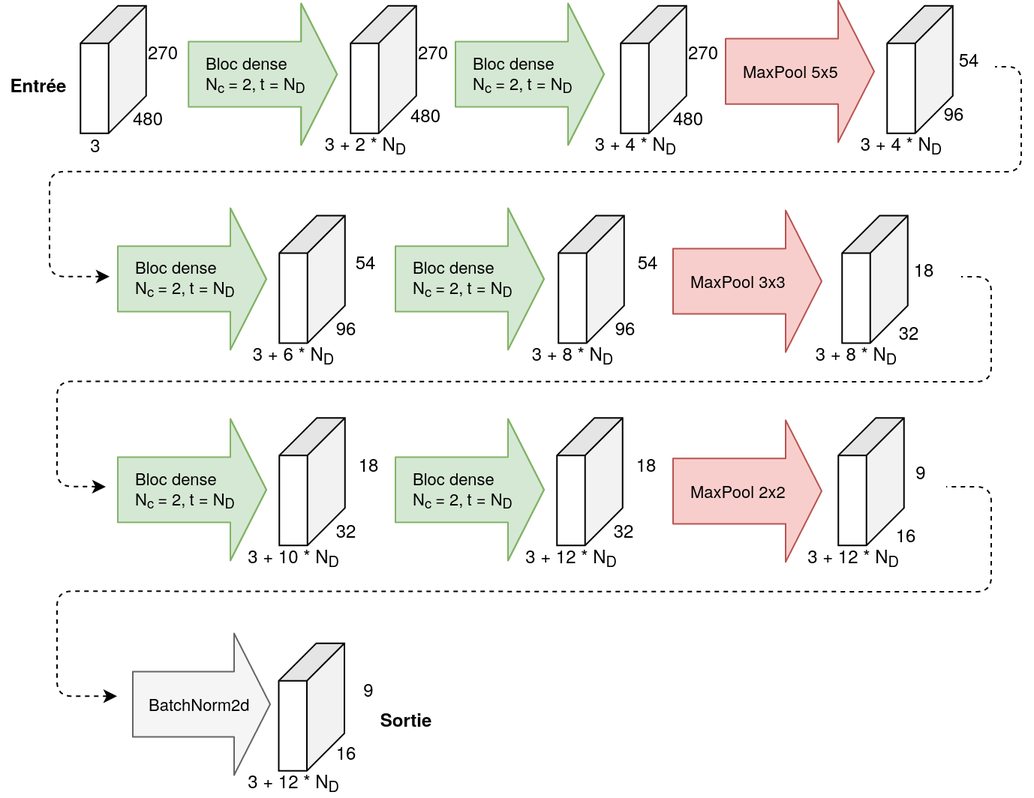
This is rapport/images/Architecture_SmallCnnWithAutoencoderDenseBlocks.png from mamaheux/CuriousNetwork, a draw.io export, as it was before one commit. Source tidied: cells renumbered, new cells last; positions are measured from the earlier drawing's top-left corner, leaving out a move shared by most shapes.
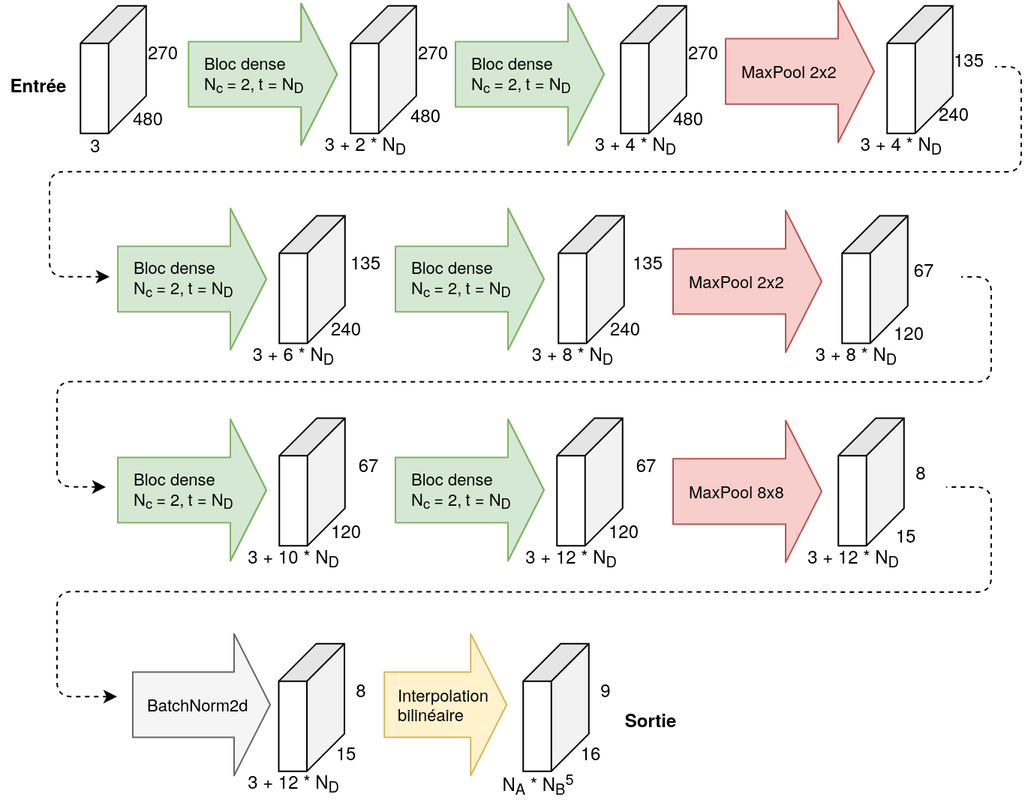
After the commit.

Commit message:
Ajout de la description du CNN dense bloc et mise à jour de son architecture.

Change to the diagram source:
```diff
@@ -50,7 +50,7 @@
     <mxCell id="14" value="270" style="text;html=1;align=center;verticalAlign=middle;" parent="1" vertex="1">
       <mxGeometry x="447.5" width="40" height="20" as="geometry" />
     </mxCell>
-    <mxCell id="15" value="MaxPool 5x5" style="shape=flexArrow;endArrow=classic;html=1;width=43.61111111111111;endSize=7.666666666666667;endWidth=49.83024691358025;labelPosition=left;verticalLabelPosition=middle;align=left;verticalAlign=middle;fillColor=#f8cecc;strokeColor=#b85450;labelBackgroundColor=none;" parent="1" edge="1">
+    <mxCell id="15" value="MaxPool 2x2" style="shape=flexArrow;endArrow=classic;html=1;width=43.61111111111111;endSize=7.666666666666667;endWidth=49.83024691358025;labelPosition=left;verticalLabelPosition=middle;align=left;verticalAlign=middle;fillColor=#f8cecc;strokeColor=#b85450;labelBackgroundColor=none;" parent="1" edge="1">
       <mxGeometry x="-0.8" relative="1" as="geometry">
         <mxPoint x="482.5" y="23.1" as="sourcePoint" />
         <mxPoint x="582.5" y="23.1" as="targetPoint" />
@@ -62,11 +62,11 @@
     <mxCell id="17" value="3 + 4 * N&lt;sub&gt;D&lt;/sub&gt;" style="text;html=1;align=center;verticalAlign=middle;" parent="1" vertex="1">
       <mxGeometry x="565" y="61.9" width="70" height="20" as="geometry" />
     </mxCell>
-    <mxCell id="18" value="96" style="text;html=1;align=center;verticalAlign=middle;" parent="1" vertex="1">
-      <mxGeometry x="620" y="40.6" width="30" height="20" as="geometry" />
+    <mxCell id="18" value="240" style="text;html=1;align=center;verticalAlign=middle;" parent="1" vertex="1">
+      <mxGeometry x="615" y="40.6" width="40" height="20" as="geometry" />
     </mxCell>
-    <mxCell id="19" value="54" style="text;html=1;align=center;verticalAlign=middle;" parent="1" vertex="1">
-      <mxGeometry x="630" y="5" width="30" height="20" as="geometry" />
+    <mxCell id="19" value="135" style="text;html=1;align=center;verticalAlign=middle;" parent="1" vertex="1">
+      <mxGeometry x="625" y="5" width="40" height="20" as="geometry" />
     </mxCell>
     <mxCell id="20" style="shape=cube;whiteSpace=wrap;html=1;boundedLbl=1;backgroundOutline=1;darkOpacity=0.05;darkOpacity2=0.1;size=25;rotation=90;" parent="1" vertex="1">
       <mxGeometry x="165" y="139.9" width="85" height="43.8" as="geometry" />
@@ -74,8 +74,8 @@
     <mxCell id="21" value="3 + 6 * N&lt;sub&gt;D&lt;/sub&gt;" style="text;html=1;align=center;verticalAlign=middle;" parent="1" vertex="1">
       <mxGeometry x="160" y="201.8" width="70" height="20" as="geometry" />
     </mxCell>
-    <mxCell id="22" value="96" style="text;html=1;align=center;verticalAlign=middle;" parent="1" vertex="1">
-      <mxGeometry x="215" y="183.6" width="30" height="20" as="geometry" />
+    <mxCell id="22" value="240" style="text;html=1;align=center;verticalAlign=middle;" parent="1" vertex="1">
+      <mxGeometry x="210" y="183.6" width="40" height="20" as="geometry" />
     </mxCell>
     <mxCell id="23" style="shape=cube;whiteSpace=wrap;html=1;boundedLbl=1;backgroundOutline=1;darkOpacity=0.05;darkOpacity2=0.1;size=25;rotation=90;" parent="1" vertex="1">
       <mxGeometry x="351" y="139.9" width="85" height="43.8" as="geometry" />
@@ -83,16 +83,16 @@
     <mxCell id="24" value="3 + 8 * N&lt;sub&gt;D&lt;/sub&gt;" style="text;html=1;align=center;verticalAlign=middle;" parent="1" vertex="1">
       <mxGeometry x="346" y="201.8" width="70" height="20" as="geometry" />
     </mxCell>
-    <mxCell id="25" value="96" style="text;html=1;align=center;verticalAlign=middle;" parent="1" vertex="1">
-      <mxGeometry x="401" y="183.6" width="30" height="20" as="geometry" />
+    <mxCell id="25" value="240" style="text;html=1;align=center;verticalAlign=middle;" parent="1" vertex="1">
+      <mxGeometry x="396" y="183.6" width="40" height="20" as="geometry" />
     </mxCell>
-    <mxCell id="26" value="54" style="text;html=1;align=center;verticalAlign=middle;" parent="1" vertex="1">
-      <mxGeometry x="227.5" y="139.9" width="30" height="20" as="geometry" />
+    <mxCell id="26" value="135" style="text;html=1;align=center;verticalAlign=middle;" parent="1" vertex="1">
+      <mxGeometry x="222.5" y="139.9" width="40" height="20" as="geometry" />
     </mxCell>
-    <mxCell id="27" value="54" style="text;html=1;align=center;verticalAlign=middle;" parent="1" vertex="1">
-      <mxGeometry x="416" y="139.9" width="30" height="20" as="geometry" />
+    <mxCell id="27" value="135" style="text;html=1;align=center;verticalAlign=middle;" parent="1" vertex="1">
+      <mxGeometry x="411" y="139.9" width="40" height="20" as="geometry" />
     </mxCell>
-    <mxCell id="28" value="MaxPool 3x3" style="shape=flexArrow;endArrow=classic;html=1;width=43.61111111111111;endSize=7.666666666666667;endWidth=49.83024691358025;labelPosition=left;verticalLabelPosition=middle;align=left;verticalAlign=middle;fillColor=#f8cecc;strokeColor=#b85450;labelBackgroundColor=none;" parent="1" edge="1">
+    <mxCell id="28" value="MaxPool 2x2" style="shape=flexArrow;endArrow=classic;html=1;width=43.61111111111111;endSize=7.666666666666667;endWidth=49.83024691358025;labelPosition=left;verticalLabelPosition=middle;align=left;verticalAlign=middle;fillColor=#f8cecc;strokeColor=#b85450;labelBackgroundColor=none;" parent="1" edge="1">
       <mxGeometry x="-0.8" relative="1" as="geometry">
         <mxPoint x="447.5" y="163" as="sourcePoint" />
         <mxPoint x="547.5" y="163" as="targetPoint" />
@@ -104,11 +104,11 @@
     <mxCell id="30" value="3 + 8 * N&lt;sub&gt;D&lt;/sub&gt;" style="text;html=1;align=center;verticalAlign=middle;" parent="1" vertex="1">
       <mxGeometry x="535" y="201.8" width="70" height="20" as="geometry" />
     </mxCell>
-    <mxCell id="31" value="18" style="text;html=1;align=center;verticalAlign=middle;" parent="1" vertex="1">
+    <mxCell id="31" value="67" style="text;html=1;align=center;verticalAlign=middle;" parent="1" vertex="1">
       <mxGeometry x="600" y="144.9" width="30" height="20" as="geometry" />
     </mxCell>
-    <mxCell id="32" value="32" style="text;html=1;align=center;verticalAlign=middle;" parent="1" vertex="1">
-      <mxGeometry x="590" y="186.8" width="30" height="20" as="geometry" />
+    <mxCell id="32" value="120" style="text;html=1;align=center;verticalAlign=middle;" parent="1" vertex="1">
+      <mxGeometry x="585" y="186.8" width="40" height="20" as="geometry" />
     </mxCell>
     <mxCell id="33" style="endArrow=none;dashed=1;html=1;align=center;endFill=0;startArrow=classic;startFill=1;" parent="1" edge="1">
       <mxGeometry relative="1" as="geometry">
@@ -128,13 +128,13 @@
     <mxCell id="35" value="3 + 10 * N&lt;sub&gt;D&lt;/sub&gt;" style="text;html=1;align=center;verticalAlign=middle;" parent="1" vertex="1">
       <mxGeometry x="155" y="336.6" width="80" height="20" as="geometry" />
     </mxCell>
-    <mxCell id="36" value="32" style="text;html=1;align=center;verticalAlign=middle;" parent="1" vertex="1">
-      <mxGeometry x="215" y="318.5" width="30" height="20" as="geometry" />
+    <mxCell id="36" value="120" style="text;html=1;align=center;verticalAlign=middle;" parent="1" vertex="1">
+      <mxGeometry x="210" y="318.5" width="40" height="20" as="geometry" />
     </mxCell>
-    <mxCell id="37" value="18" style="text;html=1;align=center;verticalAlign=middle;" parent="1" vertex="1">
+    <mxCell id="37" value="67" style="text;html=1;align=center;verticalAlign=middle;" parent="1" vertex="1">
       <mxGeometry x="230" y="274.8" width="30" height="20" as="geometry" />
     </mxCell>
-    <mxCell id="38" value="MaxPool 2x2" style="shape=flexArrow;endArrow=classic;html=1;width=43.61111111111111;endSize=7.666666666666667;endWidth=49.83024691358025;labelPosition=left;verticalLabelPosition=middle;align=left;verticalAlign=middle;fillColor=#f8cecc;strokeColor=#b85450;labelBackgroundColor=none;" parent="1" edge="1">
+    <mxCell id="38" value="MaxPool 8x8" style="shape=flexArrow;endArrow=classic;html=1;width=43.61111111111111;endSize=7.666666666666667;endWidth=49.83024691358025;labelPosition=left;verticalLabelPosition=middle;align=left;verticalAlign=middle;fillColor=#f8cecc;strokeColor=#b85450;labelBackgroundColor=none;" parent="1" edge="1">
       <mxGeometry x="-0.8" relative="1" as="geometry">
         <mxPoint x="447.5" y="302.9" as="sourcePoint" />
         <mxPoint x="547.5" y="302.9" as="targetPoint" />
@@ -146,10 +146,10 @@
     <mxCell id="40" value="3 + 12 * N&lt;sub&gt;D&lt;/sub&gt;" style="text;html=1;align=center;verticalAlign=middle;" parent="1" vertex="1">
       <mxGeometry x="527.5" y="336.6" width="80" height="20" as="geometry" />
     </mxCell>
-    <mxCell id="41" value="9" style="text;html=1;align=center;verticalAlign=middle;" parent="1" vertex="1">
+    <mxCell id="41" value="8" style="text;html=1;align=center;verticalAlign=middle;" parent="1" vertex="1">
       <mxGeometry x="602.5" y="279.8" width="20" height="20" as="geometry" />
     </mxCell>
-    <mxCell id="42" value="16" style="text;html=1;align=center;verticalAlign=middle;" parent="1" vertex="1">
+    <mxCell id="42" value="15" style="text;html=1;align=center;verticalAlign=middle;" parent="1" vertex="1">
       <mxGeometry x="587.5" y="321.6" width="30" height="20" as="geometry" />
     </mxCell>
     <mxCell id="43" style="endArrow=none;dashed=1;html=1;align=center;endFill=0;startArrow=classic;startFill=1;" parent="1" edge="1">
@@ -176,10 +176,10 @@
         <mxPoint x="180" y="445" as="targetPoint" />
       </mxGeometry>
     </mxCell>
-    <mxCell id="47" value="9" style="text;html=1;align=center;verticalAlign=middle;" parent="1" vertex="1">
-      <mxGeometry x="235.1" y="425" width="20" height="20" as="geometry" />
+    <mxCell id="47" value="8" style="text;html=1;align=center;verticalAlign=middle;" parent="1" vertex="1">
+      <mxGeometry x="230" y="425" width="20" height="20" as="geometry" />
     </mxCell>
-    <mxCell id="48" value="16" style="text;html=1;align=center;verticalAlign=middle;" parent="1" vertex="1">
+    <mxCell id="48" value="15" style="text;html=1;align=center;verticalAlign=middle;" parent="1" vertex="1">
       <mxGeometry x="214.6" y="466.9" width="30" height="20" as="geometry" />
     </mxCell>
     <mxCell id="49" value="&lt;div&gt;Bloc dense&lt;br&gt;&lt;/div&gt;&lt;div&gt;N&lt;sub&gt;c &lt;/sub&gt;= 2,&lt;sub&gt; &lt;/sub&gt;t = N&lt;sub&gt;D&lt;/sub&gt; &lt;br&gt;&lt;/div&gt;" style="shape=flexArrow;endArrow=classic;html=1;width=43.61111111111111;endSize=7.666666666666667;endWidth=49.83024691358025;labelPosition=left;verticalLabelPosition=middle;align=left;verticalAlign=middle;fillColor=#d5e8d4;strokeColor=#82b366;labelBackgroundColor=none;" parent="1" edge="1">
@@ -233,10 +233,10 @@
     <mxCell id="55" value="3 + 12 * N&lt;sub&gt;D&lt;/sub&gt;" style="text;html=1;align=center;verticalAlign=middle;" parent="1" vertex="1">
       <mxGeometry x="340" y="336.6" width="80" height="20" as="geometry" />
     </mxCell>
-    <mxCell id="56" value="32" style="text;html=1;align=center;verticalAlign=middle;" parent="1" vertex="1">
-      <mxGeometry x="400" y="318.5" width="30" height="20" as="geometry" />
+    <mxCell id="56" value="120" style="text;html=1;align=center;verticalAlign=middle;" parent="1" vertex="1">
+      <mxGeometry x="395" y="318.5" width="40" height="20" as="geometry" />
     </mxCell>
-    <mxCell id="57" value="18" style="text;html=1;align=center;verticalAlign=middle;" parent="1" vertex="1">
+    <mxCell id="57" value="67" style="text;html=1;align=center;verticalAlign=middle;" parent="1" vertex="1">
       <mxGeometry x="415" y="274.8" width="30" height="20" as="geometry" />
     </mxCell>
     <mxCell id="58" value="&lt;div&gt;Bloc dense&lt;br&gt;&lt;/div&gt;&lt;div&gt;N&lt;sub&gt;c &lt;/sub&gt;= 2,&lt;sub&gt; &lt;/sub&gt;t = N&lt;sub&gt;D&lt;/sub&gt; &lt;br&gt;&lt;/div&gt;" style="shape=flexArrow;endArrow=classic;html=1;width=43.61111111111111;endSize=7.666666666666667;endWidth=49.83024691358025;labelPosition=left;verticalLabelPosition=middle;align=left;verticalAlign=middle;fillColor=#d5e8d4;strokeColor=#82b366;labelBackgroundColor=none;" parent="1" edge="1">
@@ -251,8 +251,26 @@
     <mxCell id="59" value="&lt;b&gt;Entrée&lt;/b&gt;" style="text;html=1;align=center;verticalAlign=middle;" parent="1" vertex="1">
       <mxGeometry y="21.9" width="50" height="20" as="geometry" />
     </mxCell>
+    <mxCell id="61" style="shape=cube;whiteSpace=wrap;html=1;boundedLbl=1;backgroundOutline=1;darkOpacity=0.05;darkOpacity2=0.1;size=25;rotation=90;" parent="1" vertex="1">
+      <mxGeometry x="327.5" y="425" width="85" height="43.8" as="geometry" />
+    </mxCell>
+    <mxCell id="62" value="N&lt;sub&gt;A&lt;/sub&gt; * N&lt;sub&gt;B&lt;/sub&gt;&lt;sup&gt;5&lt;/sup&gt;" style="text;html=1;align=center;verticalAlign=middle;" parent="1" vertex="1">
+      <mxGeometry x="327.5" y="481.9" width="60" height="30" as="geometry" />
+    </mxCell>
+    <mxCell id="63" value="Interpolation&lt;br&gt;bilinéaire" style="shape=flexArrow;endArrow=classic;html=1;width=43.61111111111111;endSize=7.666666666666667;endWidth=49.83024691358025;labelPosition=left;verticalLabelPosition=middle;align=left;verticalAlign=middle;fillColor=#fff2cc;strokeColor=#d6b656;labelBackgroundColor=none;" parent="1" edge="1">
+      <mxGeometry x="-0.8" relative="1" as="geometry">
+        <mxPoint x="255.1" y="445" as="sourcePoint" />
+        <mxPoint x="337.6" y="445" as="targetPoint" />
+      </mxGeometry>
+    </mxCell>
+    <mxCell id="64" value="9" style="text;html=1;align=center;verticalAlign=middle;" parent="1" vertex="1">
+      <mxGeometry x="392.5" y="425" width="20" height="20" as="geometry" />
+    </mxCell>
+    <mxCell id="65" value="16" style="text;html=1;align=center;verticalAlign=middle;" parent="1" vertex="1">
+      <mxGeometry x="377.5" y="466.9" width="30" height="20" as="geometry" />
+    </mxCell>
     <mxCell id="60" value="&lt;b&gt;Sortie&lt;/b&gt;" style="text;html=1;align=center;verticalAlign=middle;" parent="1" vertex="1">
-      <mxGeometry x="244.6" y="445" width="50" height="20" as="geometry" />
+      <mxGeometry x="407.5" y="445" width="50" height="20" as="geometry" />
     </mxCell>
   </root>
 </mxGraphModel>
```
